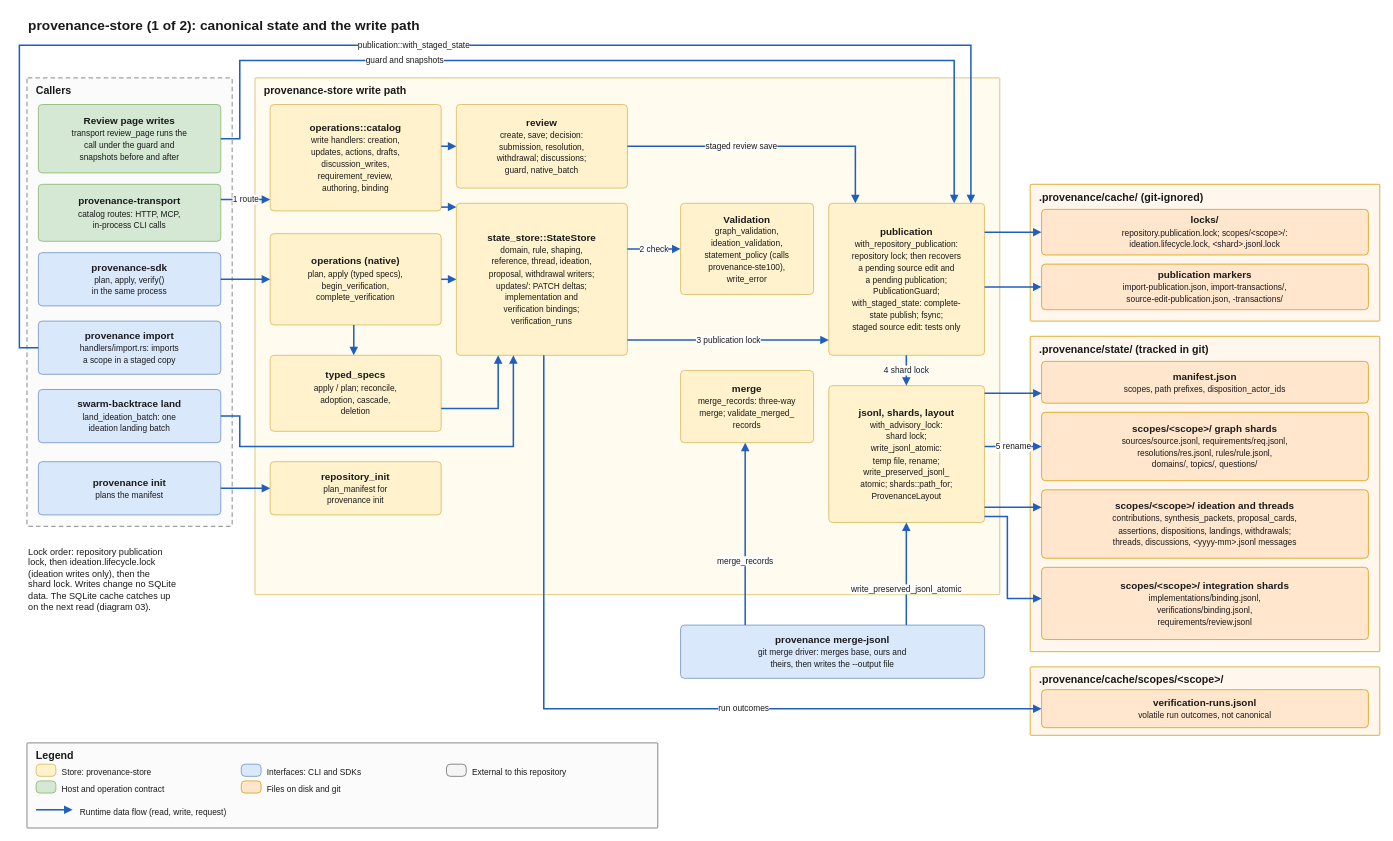
Above: docs/architecture/diagrams/02-store-writes.drawio in quality-sh/provenance (draw.io), before the change. Source tidied: cells renumbered, new cells numbered last; positions are measured from the earlier drawing's top-left corner, leaving out a move shared by most shapes. Both pictures are drawn from the tidied source at 76%, with x=0, y=0 at pixel (19, 13).
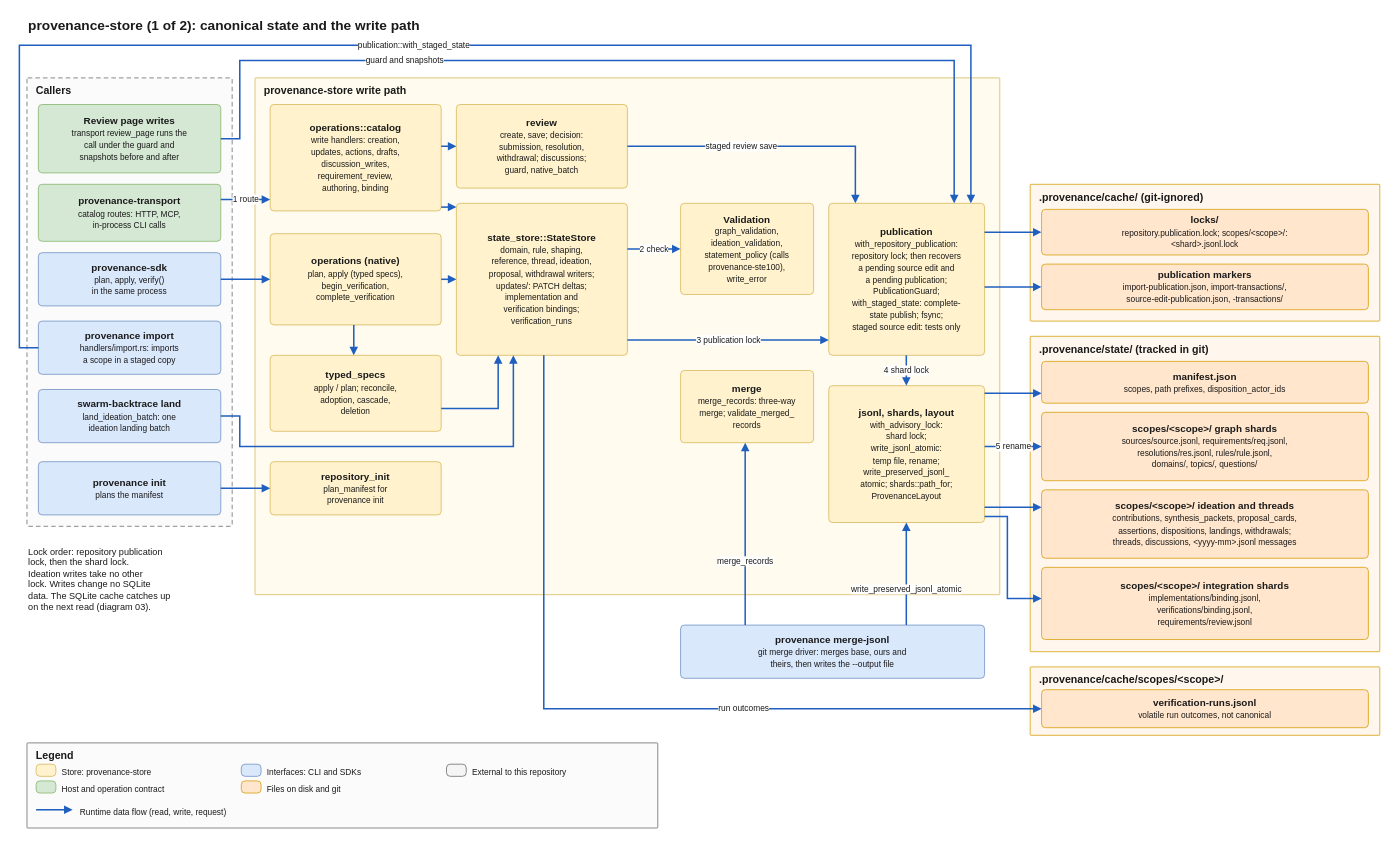
After the change.

Commit message (it also covers changes not shown here):
Describe the ideation write lock as the section lock, and wait on a certain signal

The change refers to these unchanged cells:
```xml
<mxCell id="23" value=".provenance/cache/ (git-ignored)" style="rounded=1;arcSize=2;absoluteArcSize=1;whiteSpace=wrap;html=1;fillColor=#fff7ee;strokeColor=#d79b00;verticalAlign=top;align=left;spacingLeft=10;spacingRight=10;spacingTop=2;fontStyle=1;fontSize=14;fontColor=#1a1a1a;" parent="1" vertex="1">
  <mxGeometry x="1330" y="225" width="460" height="180" as="geometry" />
</mxCell>
```

Change to the diagram source:
```diff
@@
-    <mxCell id="22" value="Lock order: repository publication&lt;br&gt;lock, then ideation.lifecycle.lock&lt;br&gt;(ideation writes only), then the&lt;br&gt;shard lock. Writes change no SQLite&lt;br&gt;data. The SQLite cache catches up&lt;br&gt;on the next read (diagram 03)." style="text;html=1;whiteSpace=wrap;align=left;verticalAlign=top;fontSize=12;fontColor=#1a1a1a;" parent="1" vertex="1">
+    <mxCell id="22" value="Lock order: repository publication&lt;br&gt;lock, then the shard lock.&lt;br&gt;Ideation writes take no other&lt;br&gt;lock. Writes change no SQLite&lt;br&gt;data. The SQLite cache catches up&lt;br&gt;on the next read (diagram 03)." style="text;html=1;whiteSpace=wrap;align=left;verticalAlign=top;fontSize=12;fontColor=#1a1a1a;" parent="1" vertex="1">
       <mxGeometry x="10" y="695" width="290" height="100" as="geometry" />
     </mxCell>
@@
-    <mxCell id="24" value="&lt;b&gt;locks/&lt;/b&gt;&lt;br&gt;&lt;font style=&quot;font-size:11px&quot;&gt;repository.publication.lock; scopes/&amp;lt;scope&amp;gt;/:&lt;br&gt;ideation.lifecycle.lock, &amp;lt;shard&amp;gt;.jsonl.lock&lt;/font&gt;" style="rounded=1;arcSize=10;absoluteArcSize=1;whiteSpace=wrap;html=1;fillColor=#ffe6cc;strokeColor=#d79b00;fontSize=13;fontColor=#1a1a1a;verticalAlign=middle;align=center;spacing=4;" parent="23" vertex="1">
+    <mxCell id="24" value="&lt;b&gt;locks/&lt;/b&gt;&lt;br&gt;&lt;font style=&quot;font-size:11px&quot;&gt;repository.publication.lock; scopes/&amp;lt;scope&amp;gt;/:&lt;br&gt;&amp;lt;shard&amp;gt;.jsonl.lock&lt;/font&gt;" style="rounded=1;arcSize=10;absoluteArcSize=1;whiteSpace=wrap;html=1;fillColor=#ffe6cc;strokeColor=#d79b00;fontSize=13;fontColor=#1a1a1a;verticalAlign=middle;align=center;spacing=4;" parent="23" vertex="1">
       <mxGeometry x="15" y="33" width="430" height="60" as="geometry" />
     </mxCell>
```
